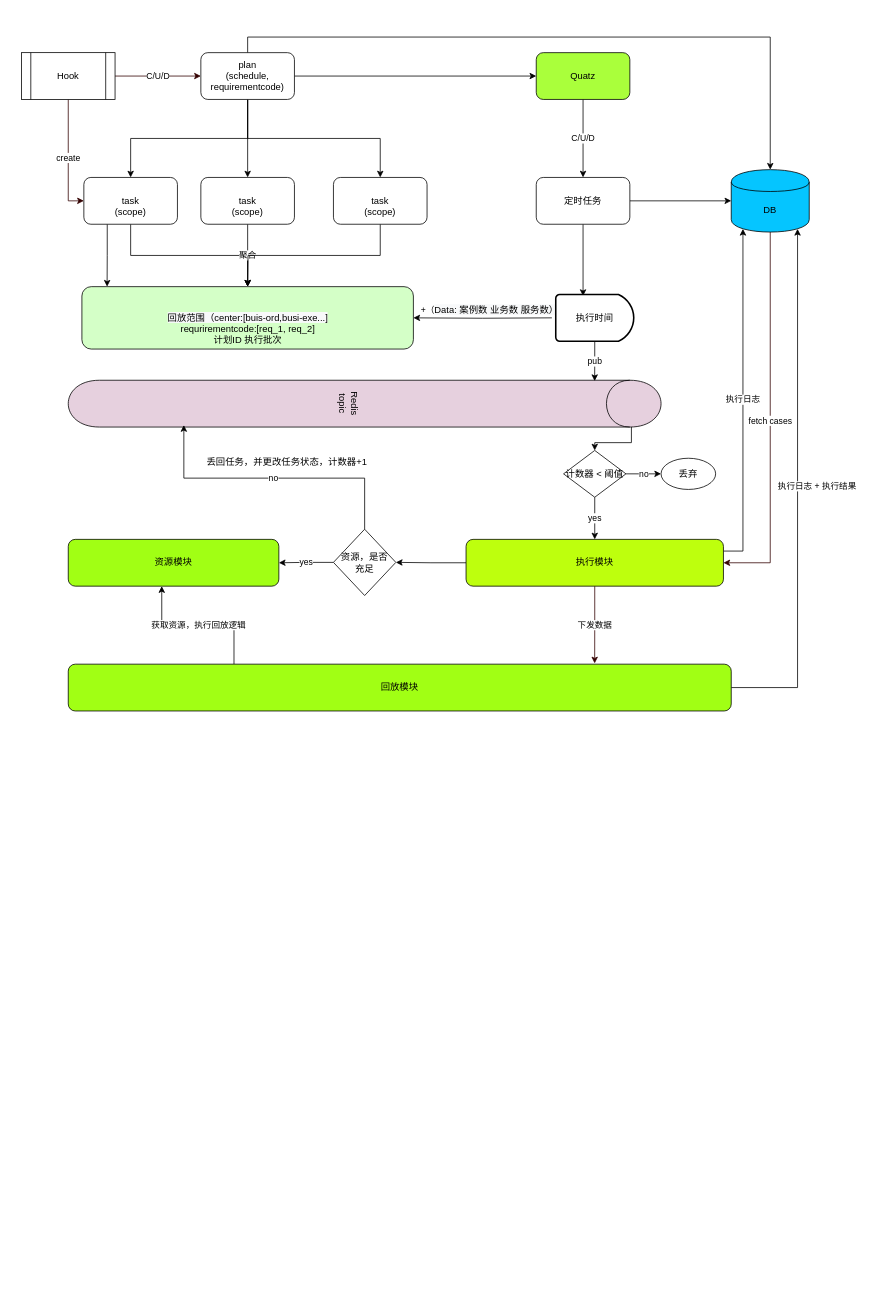
Earlier version of the draw.io diagram 调度管理.drawio (mayi295940/diagrams). Source tidied: cells renumbered, new cells numbered last; positions are measured from the earlier drawing's top-left corner, leaving out a move shared by most shapes. Both pictures are drawn from the tidied source at 78%, with x=0, y=0 at pixel (21, 52).
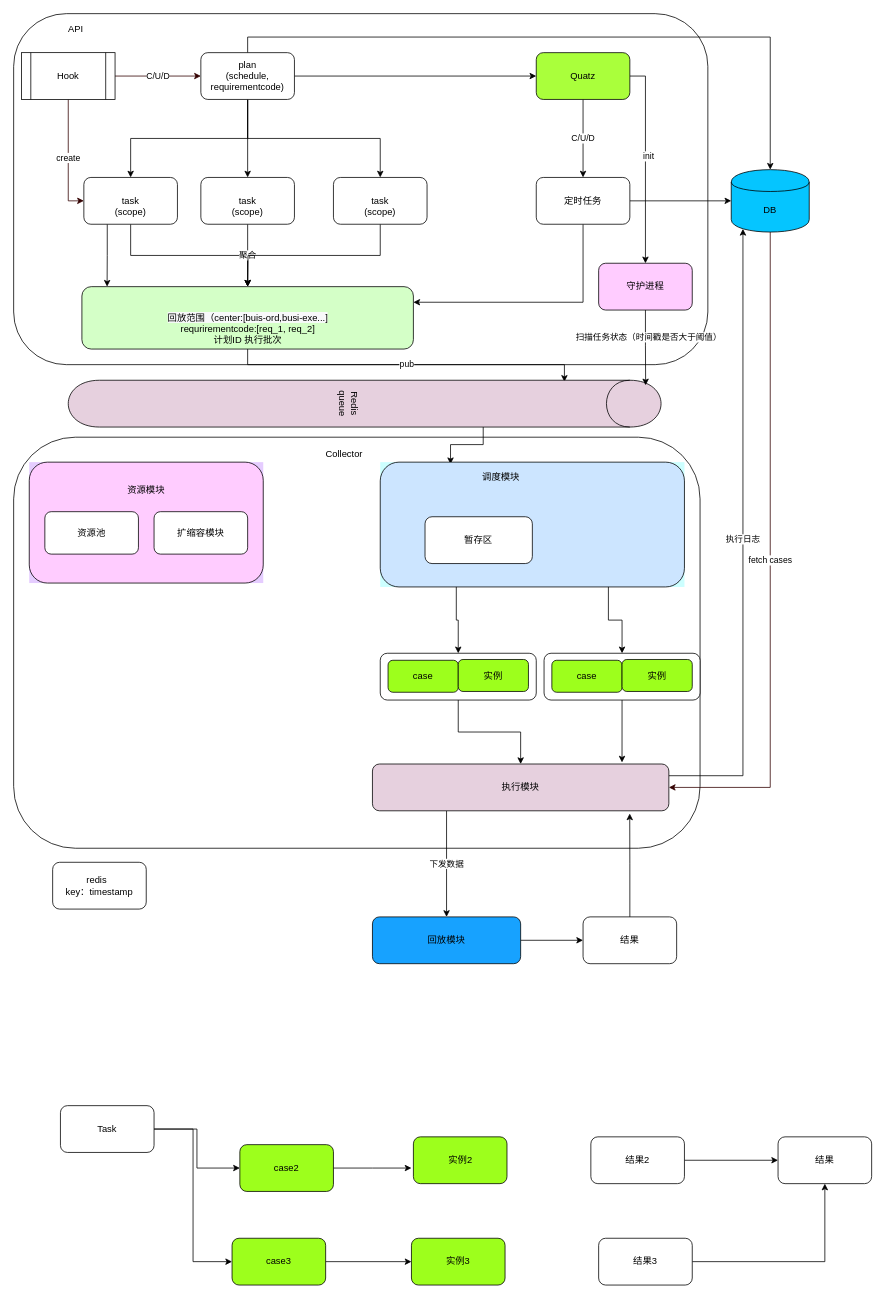
The same page after the edit.

Commit message:
更新调度管理.drawio

Unchanged cells that the change refers to:
```xml
<mxCell id="15" value="&lt;br&gt;&lt;br&gt;&lt;span style=&quot;color: rgb(0 , 0 , 0) ; font-family: &amp;#34;helvetica&amp;#34; ; font-size: 12px ; font-style: normal ; font-weight: 400 ; letter-spacing: normal ; text-align: center ; text-indent: 0px ; text-transform: none ; word-spacing: 0px ; background-color: rgb(248 , 249 , 250) ; float: none ; display: inline&quot;&gt;回放范围（center:[buis-ord,busi-exe...]&lt;/span&gt;&lt;br&gt;requrirementcode:[req_1, req_2]&lt;br&gt;计划ID 执行批次" style="rounded=1;whiteSpace=wrap;html=1;fillColor=#D4FFC7;" parent="1" vertex="1">
  <mxGeometry x="77.5" y="300" width="425" height="80" as="geometry" />
</mxCell>
<mxCell id="20" value="Quatz" style="rounded=1;whiteSpace=wrap;html=1;fillColor=#AAFF3B;" parent="1" vertex="1">
  <mxGeometry x="660" width="120" height="60" as="geometry" />
</mxCell>
<mxCell id="23" value="定时任务" style="rounded=1;whiteSpace=wrap;html=1;" parent="1" vertex="1">
  <mxGeometry x="660" y="160" width="120" height="60" as="geometry" />
</mxCell>
<mxCell id="25" value="DB" style="shape=cylinder;whiteSpace=wrap;html=1;boundedLbl=1;backgroundOutline=1;fillColor=#05C5FF;" parent="1" vertex="1">
  <mxGeometry x="910" y="150" width="100" height="80" as="geometry" />
</mxCell>
```

What changed in the source:
```diff
@@
+    <mxCell id="47" style="rounded=1;whiteSpace=wrap;html=1;fillColor=#FFFFFF;" parent="1" vertex="1">
+      <mxGeometry x="-10" y="-50" width="890" height="450" as="geometry" />
+    </mxCell>
+    <mxCell id="48" style="rounded=1;whiteSpace=wrap;html=1;fillColor=#FFFFFF;" parent="1" vertex="1">
+      <mxGeometry x="-10" y="493" width="880" height="527" as="geometry" />
+    </mxCell>
@@
+    <mxCell id="37" value="pub" style="edgeStyle=orthogonalEdgeStyle;rounded=0;jettySize=auto;html=1;exitX=0.5;exitY=1;exitDx=0;exitDy=0;entryX=0.033;entryY=0.163;entryDx=0;entryDy=0;entryPerimeter=0;" parent="1" edge="1" source="15" target="28">
+      <mxGeometry relative="1" as="geometry" />
+    </mxCell>
@@
+    <mxCell id="49" style="edgeStyle=orthogonalEdgeStyle;rounded=0;jettySize=auto;html=1;exitX=1;exitY=0.5;exitDx=0;exitDy=0;" parent="1" edge="1" source="20" target="95">
+      <mxGeometry relative="1" as="geometry" />
+    </mxCell>
+    <mxCell id="50" value="init" style="edgeLabel;html=1;align=center;verticalAlign=middle;" parent="49" vertex="1">
+      <mxGeometry x="-0.07" y="3" relative="1" as="geometry">
+        <mxPoint y="1" as="offset" />
+      </mxGeometry>
+    </mxCell>
@@
-    <mxCell id="22" style="edgeStyle=orthogonalEdgeStyle;rounded=0;jettySize=auto;html=1;exitX=0.5;exitY=1;exitDx=0;exitDy=0;entryX=0.35;entryY=0.033;entryDx=0;entryDy=0;entryPerimeter=0;" parent="1" edge="1" source="23" target="38">
-      <mxGeometry relative="1" as="geometry" />
-    </mxCell>
+    <mxCell id="51" style="edgeStyle=orthogonalEdgeStyle;rounded=0;jettySize=auto;html=1;exitX=0.5;exitY=1;exitDx=0;exitDy=0;entryX=1;entryY=0.25;entryDx=0;entryDy=0;" parent="1" edge="1" source="23" target="15">
+      <mxGeometry relative="1" as="geometry" />
+    </mxCell>
@@
-    <mxCell id="26" value="+（&lt;span style=&quot;font-size: 12px ; background-color: rgb(248 , 249 , 250)&quot;&gt;Data: 案例数 业务数 服务数）&lt;/span&gt;" style="edgeStyle=orthogonalEdgeStyle;rounded=0;jettySize=auto;html=1;exitX=0;exitY=0.5;exitDx=0;exitDy=0;entryX=1;entryY=0.5;entryDx=0;entryDy=0;" parent="1" edge="1" target="15">
-      <mxGeometry x="-0.1" y="-10" relative="1" as="geometry">
-        <mxPoint x="680" y="340" as="sourcePoint" />
-      </mxGeometry>
-    </mxCell>
-    <mxCell id="27" style="edgeStyle=orthogonalEdgeStyle;rounded=0;jettySize=auto;html=1;exitX=0.85;exitY=0.05;exitDx=0;exitDy=0;exitPerimeter=0;entryX=0.5;entryY=0;entryDx=0;entryDy=0;" parent="1" edge="1" source="28" target="45">
-      <mxGeometry relative="1" as="geometry" />
-    </mxCell>
+    <mxCell id="52" style="edgeStyle=orthogonalEdgeStyle;rounded=0;jettySize=auto;html=1;exitX=1;exitY=0.3;exitDx=0;exitDy=0;entryX=0.231;entryY=0.016;entryDx=0;entryDy=0;entryPerimeter=0;" parent="1" edge="1" source="28" target="75">
+      <mxGeometry relative="1" as="geometry" />
+    </mxCell>
-    <mxCell id="28" value="Redis topic" style="shape=cylinder;whiteSpace=wrap;html=1;boundedLbl=1;backgroundOutline=1;fillColor=#E6D0DE;rotation=90;" parent="1" vertex="1">
+    <mxCell id="28" value="Redis queue" style="shape=cylinder;whiteSpace=wrap;html=1;boundedLbl=1;backgroundOutline=1;fillColor=#E6D0DE;rotation=90;" parent="1" vertex="1">
       <mxGeometry x="410" y="70" width="60" height="760" as="geometry" />
     </mxCell>
+    <mxCell id="30" value="执行日志" style="edgeStyle=orthogonalEdgeStyle;rounded=0;jettySize=auto;html=1;exitX=1;exitY=0.25;exitDx=0;exitDy=0;entryX=0.15;entryY=0.95;entryDx=0;entryDy=0;entryPerimeter=0;" parent="1" edge="1" source="32" target="25">
+      <mxGeometry relative="1" as="geometry" />
+    </mxCell>
-    <mxCell id="29" value="下发数据" style="edgeStyle=orthogonalEdgeStyle;rounded=0;jettySize=auto;html=1;exitX=0.5;exitY=1;exitDx=0;exitDy=0;entryX=0.794;entryY=-0.017;entryDx=0;entryDy=0;entryPerimeter=0;strokeColor=#330000;" parent="1" edge="1" source="32" target="36">
+    <mxCell id="29" value="下发数据" style="edgeStyle=orthogonalEdgeStyle;rounded=0;jettySize=auto;html=1;exitX=0.25;exitY=1;exitDx=0;exitDy=0;" parent="1" edge="1" source="32" target="36">
       <mxGeometry relative="1" as="geometry" />
     </mxCell>
-    <mxCell id="30" value="执行日志" style="edgeStyle=orthogonalEdgeStyle;rounded=0;jettySize=auto;html=1;exitX=1;exitY=0.25;exitDx=0;exitDy=0;entryX=0.15;entryY=0.95;entryDx=0;entryDy=0;entryPerimeter=0;" parent="1" edge="1" source="32" target="25">
-      <mxGeometry relative="1" as="geometry" />
-    </mxCell>
-    <mxCell id="31" style="edgeStyle=orthogonalEdgeStyle;rounded=0;jettySize=auto;html=1;exitX=0;exitY=0.5;exitDx=0;exitDy=0;entryX=1;entryY=0.5;entryDx=0;entryDy=0;" parent="1" edge="1" source="32" target="41">
-      <mxGeometry relative="1" as="geometry" />
-    </mxCell>
-    <mxCell id="32" value="执行模块" style="rounded=1;whiteSpace=wrap;html=1;fillColor=#BEFF0D;" parent="1" vertex="1">
-      <mxGeometry x="570" y="624" width="330" height="60" as="geometry" />
+    <mxCell id="32" value="执行模块" style="rounded=1;whiteSpace=wrap;html=1;fillColor=#E6D0DE;" parent="1" vertex="1">
+      <mxGeometry x="450" y="912" width="380" height="60" as="geometry" />
     </mxCell>
+    <mxCell id="53" style="edgeStyle=orthogonalEdgeStyle;rounded=0;jettySize=auto;html=1;exitX=1;exitY=0.5;exitDx=0;exitDy=0;entryX=0;entryY=0.5;entryDx=0;entryDy=0;" parent="1" edge="1" source="36" target="69">
+      <mxGeometry relative="1" as="geometry" />
+    </mxCell>
+    <mxCell id="36" value="回放模块" style="rounded=1;whiteSpace=wrap;html=1;fillColor=#17A2FF;" parent="1" vertex="1">
+      <mxGeometry x="450" y="1108" width="190" height="60" as="geometry" />
+    </mxCell>
+    <mxCell id="54" style="edgeStyle=orthogonalEdgeStyle;rounded=0;jettySize=auto;html=1;exitX=1;exitY=0.5;exitDx=0;exitDy=0;entryX=0;entryY=0.5;entryDx=0;entryDy=0;" parent="1" edge="1" source="56" target="58">
+      <mxGeometry relative="1" as="geometry" />
+    </mxCell>
+    <mxCell id="55" style="edgeStyle=orthogonalEdgeStyle;rounded=0;jettySize=auto;html=1;exitX=1;exitY=0.5;exitDx=0;exitDy=0;entryX=0;entryY=0.5;entryDx=0;entryDy=0;" parent="1" edge="1" source="56" target="60">
+      <mxGeometry relative="1" as="geometry" />
+    </mxCell>
+    <mxCell id="56" value="Task" style="rounded=1;whiteSpace=wrap;html=1;fillColor=#FFFFFF;" parent="1" vertex="1">
+      <mxGeometry x="50" y="1350" width="120" height="60" as="geometry" />
+    </mxCell>
+    <mxCell id="57" style="edgeStyle=orthogonalEdgeStyle;rounded=0;jettySize=auto;html=1;exitX=1;exitY=0.5;exitDx=0;exitDy=0;" parent="1" edge="1" source="58">
+      <mxGeometry relative="1" as="geometry">
+        <mxPoint x="500" y="1430" as="targetPoint" />
+      </mxGeometry>
+    </mxCell>
+    <mxCell id="58" value="case2" style="rounded=1;whiteSpace=wrap;html=1;fillColor=#9DFF1C;" parent="1" vertex="1">
+      <mxGeometry x="280" y="1400" width="120" height="60" as="geometry" />
+    </mxCell>
+    <mxCell id="59" style="edgeStyle=orthogonalEdgeStyle;rounded=0;jettySize=auto;html=1;" parent="1" edge="1" source="60" target="61">
+      <mxGeometry relative="1" as="geometry" />
+    </mxCell>
+    <mxCell id="60" value="case3" style="rounded=1;whiteSpace=wrap;html=1;fillColor=#9DFF1C;" parent="1" vertex="1">
+      <mxGeometry x="270" y="1520" width="120" height="60" as="geometry" />
+    </mxCell>
+    <mxCell id="61" value="实例3" style="rounded=1;whiteSpace=wrap;html=1;fillColor=#9DFF1C;" parent="1" vertex="1">
+      <mxGeometry x="500" y="1520" width="120" height="60" as="geometry" />
+    </mxCell>
+    <mxCell id="62" value="实例2" style="rounded=1;whiteSpace=wrap;html=1;fillColor=#9DFF1C;" parent="1" vertex="1">
+      <mxGeometry x="502.5" y="1390" width="120" height="60" as="geometry" />
+    </mxCell>
+    <mxCell id="63" style="edgeStyle=orthogonalEdgeStyle;rounded=0;jettySize=auto;html=1;exitX=1;exitY=0.5;exitDx=0;exitDy=0;entryX=0;entryY=0.5;entryDx=0;entryDy=0;" parent="1" edge="1" source="64" target="67">
+      <mxGeometry relative="1" as="geometry" />
+    </mxCell>
+    <mxCell id="64" value="结果2" style="rounded=1;whiteSpace=wrap;html=1;fillColor=#FFFFFF;" parent="1" vertex="1">
+      <mxGeometry x="730" y="1390" width="120" height="60" as="geometry" />
+    </mxCell>
+    <mxCell id="65" style="edgeStyle=orthogonalEdgeStyle;rounded=0;jettySize=auto;html=1;exitX=1;exitY=0.5;exitDx=0;exitDy=0;entryX=0.5;entryY=1;entryDx=0;entryDy=0;" parent="1" edge="1" source="66" target="67">
+      <mxGeometry relative="1" as="geometry" />
+    </mxCell>
+    <mxCell id="66" value="结果3" style="rounded=1;whiteSpace=wrap;html=1;fillColor=#FFFFFF;" parent="1" vertex="1">
+      <mxGeometry x="740" y="1520" width="120" height="60" as="geometry" />
+    </mxCell>
+    <mxCell id="67" value="结果" style="rounded=1;whiteSpace=wrap;html=1;fillColor=#FFFFFF;" parent="1" vertex="1">
+      <mxGeometry x="970" y="1390" width="120" height="60" as="geometry" />
+    </mxCell>
+    <mxCell id="68" style="edgeStyle=orthogonalEdgeStyle;rounded=0;jettySize=auto;html=1;exitX=0.5;exitY=0;exitDx=0;exitDy=0;entryX=0.868;entryY=1.058;entryDx=0;entryDy=0;entryPerimeter=0;" parent="1" edge="1" source="69" target="32">
+      <mxGeometry relative="1" as="geometry" />
+    </mxCell>
+    <mxCell id="69" value="结果" style="rounded=1;whiteSpace=wrap;html=1;fillColor=#FFFFFF;" parent="1" vertex="1">
+      <mxGeometry x="720" y="1108" width="120" height="60" as="geometry" />
+    </mxCell>
+    <mxCell id="70" style="group;fillColor=#E5CCFF;" parent="1" vertex="1">
+      <mxGeometry x="10" y="525" width="300" height="155" as="geometry" />
+    </mxCell>
-    <mxCell id="33" value="资源模块" style="rounded=1;whiteSpace=wrap;html=1;fillColor=#A1FF14;" parent="1" vertex="1">
-      <mxGeometry x="60" y="624" width="270" height="60" as="geometry" />
+    <mxCell id="33" style="rounded=1;whiteSpace=wrap;html=1;fillColor=#FFCCFF;" parent="70" vertex="1">
+      <mxGeometry width="300" height="155" as="geometry" />
     </mxCell>
-    <mxCell id="34" value="获取资源，执行回放逻辑" style="edgeStyle=orthogonalEdgeStyle;rounded=0;jettySize=auto;html=1;exitX=0.25;exitY=0;exitDx=0;exitDy=0;entryX=0.444;entryY=1;entryDx=0;entryDy=0;entryPerimeter=0;" parent="1" edge="1" source="36" target="33">
-      <mxGeometry relative="1" as="geometry" />
-    </mxCell>
-    <mxCell id="35" value="执行日志 + 执行结果" style="edgeStyle=orthogonalEdgeStyle;rounded=0;jettySize=auto;html=1;exitX=1;exitY=0.5;exitDx=0;exitDy=0;entryX=0.85;entryY=0.95;entryDx=0;entryDy=0;entryPerimeter=0;" parent="1" edge="1" source="36" target="25">
-      <mxGeometry x="0.02" y="-25" relative="1" as="geometry" />
-    </mxCell>
-    <mxCell id="36" value="回放模块" style="rounded=1;whiteSpace=wrap;html=1;fillColor=#A1FF14;" parent="1" vertex="1">
-      <mxGeometry x="60" y="784" width="850" height="60" as="geometry" />
-    </mxCell>
-    <mxCell id="37" value="pub" style="edgeStyle=orthogonalEdgeStyle;rounded=0;jettySize=auto;html=1;exitX=0.5;exitY=1;exitDx=0;exitDy=0;exitPerimeter=0;entryX=0.017;entryY=0.112;entryDx=0;entryDy=0;entryPerimeter=0;" parent="1" edge="1" source="38" target="28">
-      <mxGeometry relative="1" as="geometry" />
-    </mxCell>
-    <mxCell id="38" value="执行时间" style="strokeWidth=2;html=1;shape=mxgraph.flowchart.delay;whiteSpace=wrap;fillColor=#FFFFFF;" parent="1" vertex="1">
-      <mxGeometry x="685" y="310" width="100" height="60" as="geometry" />
-    </mxCell>
-    <mxCell id="39" value="yes" style="edgeStyle=orthogonalEdgeStyle;rounded=0;jettySize=auto;html=1;exitX=0;exitY=0.5;exitDx=0;exitDy=0;entryX=1;entryY=0.5;entryDx=0;entryDy=0;" parent="1" edge="1" source="41" target="33">
-      <mxGeometry relative="1" as="geometry" />
-    </mxCell>
-    <mxCell id="40" value="no" style="edgeStyle=orthogonalEdgeStyle;rounded=0;jettySize=auto;html=1;exitX=0.5;exitY=0;exitDx=0;exitDy=0;entryX=0.958;entryY=0.805;entryDx=0;entryDy=0;entryPerimeter=0;" parent="1" edge="1" source="41" target="28">
-      <mxGeometry relative="1" as="geometry" />
-    </mxCell>
-    <mxCell id="41" value="资源，是否&lt;br&gt;充足" style="rhombus;whiteSpace=wrap;html=1;" parent="1" vertex="1">
-      <mxGeometry x="400" y="611" width="80" height="85" as="geometry" />
-    </mxCell>
-    <mxCell id="42" value="丢回任务，并更改任务状态，计数器+1" style="text;html=1;align=center;verticalAlign=middle;" parent="1" vertex="1">
-      <mxGeometry x="230" y="515" width="220" height="20" as="geometry" />
-    </mxCell>
-    <mxCell id="43" value="yes" style="edgeStyle=orthogonalEdgeStyle;rounded=0;jettySize=auto;html=1;exitX=0.5;exitY=1;exitDx=0;exitDy=0;entryX=0.5;entryY=0;entryDx=0;entryDy=0;" parent="1" edge="1" source="45" target="32">
-      <mxGeometry relative="1" as="geometry" />
-    </mxCell>
-    <mxCell id="44" value="no" style="edgeStyle=orthogonalEdgeStyle;rounded=0;jettySize=auto;html=1;exitX=1;exitY=0.5;exitDx=0;exitDy=0;entryX=0;entryY=0.5;entryDx=0;entryDy=0;" parent="1" edge="1" source="45" target="46">
-      <mxGeometry relative="1" as="geometry" />
-    </mxCell>
-    <mxCell id="45" value="计数器 &amp;lt; 阈值" style="rhombus;whiteSpace=wrap;html=1;" parent="1" vertex="1">
-      <mxGeometry x="695" y="510" width="80" height="60" as="geometry" />
-    </mxCell>
-    <mxCell id="46" value="丢弃" style="ellipse;whiteSpace=wrap;html=1;" parent="1" vertex="1">
-      <mxGeometry x="820" y="520" width="70" height="40" as="geometry" />
-    </mxCell>
+    <mxCell id="71" value="资源模块" style="text;html=1;strokeColor=none;fillColor=none;align=center;verticalAlign=middle;whiteSpace=wrap;rounded=0;" parent="70" vertex="1">
+      <mxGeometry x="80" y="27.2" width="140" height="18.1" as="geometry" />
+    </mxCell>
+    <mxCell id="72" value="资源池" style="rounded=1;whiteSpace=wrap;html=1;fillColor=#FFFFFF;" parent="70" vertex="1">
+      <mxGeometry x="20" y="63.5" width="120" height="54.4" as="geometry" />
+    </mxCell>
+    <mxCell id="73" value="扩缩容模块" style="rounded=1;whiteSpace=wrap;html=1;fillColor=#FFFFFF;" parent="70" vertex="1">
+      <mxGeometry x="160" y="63.5" width="120" height="54.4" as="geometry" />
+    </mxCell>
+    <mxCell id="74" style="group;fillColor=#CCFFFF;" parent="1" vertex="1">
+      <mxGeometry x="460" y="525" width="390" height="160" as="geometry" />
+    </mxCell>
+    <mxCell id="75" style="rounded=1;whiteSpace=wrap;html=1;fillColor=#CCE5FF;" parent="74" vertex="1">
+      <mxGeometry width="390" height="160" as="geometry" />
+    </mxCell>
+    <mxCell id="76" value="暂存区" style="rounded=1;whiteSpace=wrap;html=1;fillColor=#FFFFFF;" parent="74" vertex="1">
+      <mxGeometry x="57.4" y="70" width="137.6" height="60" as="geometry" />
+    </mxCell>
+    <mxCell id="77" value="调度模块" style="text;html=1;strokeColor=none;fillColor=none;align=center;verticalAlign=middle;whiteSpace=wrap;rounded=0;" parent="74" vertex="1">
+      <mxGeometry x="114.7" y="10" width="80.3" height="20" as="geometry" />
+    </mxCell>
+    <mxCell id="78" value="redis&amp;nbsp;&amp;nbsp;&lt;br&gt;key：timestamp" style="rounded=1;whiteSpace=wrap;html=1;fillColor=#FFFFFF;" parent="1" vertex="1">
+      <mxGeometry x="40" y="1038" width="120" height="60" as="geometry" />
+    </mxCell>
+    <mxCell id="79" value="Collector" style="text;html=1;strokeColor=none;fillColor=none;align=center;verticalAlign=middle;whiteSpace=wrap;rounded=0;" parent="1" vertex="1">
+      <mxGeometry x="394" y="505" width="40" height="20" as="geometry" />
+    </mxCell>
+    <mxCell id="80" style="group;" parent="1" vertex="1">
+      <mxGeometry x="460" y="770" width="200" height="60" as="geometry" />
+    </mxCell>
+    <mxCell id="81" style="rounded=1;whiteSpace=wrap;html=1;fillColor=#FFFFFF;" parent="80" vertex="1">
+      <mxGeometry width="200" height="60" as="geometry" />
+    </mxCell>
+    <mxCell id="82" value="case" style="rounded=1;whiteSpace=wrap;html=1;fillColor=#9DFF1C;" parent="80" vertex="1">
+      <mxGeometry x="10" y="9" width="90" height="41" as="geometry" />
+    </mxCell>
+    <mxCell id="83" value="实例" style="rounded=1;whiteSpace=wrap;html=1;fillColor=#9DFF1C;" parent="80" vertex="1">
+      <mxGeometry x="100" y="8" width="90" height="41" as="geometry" />
+    </mxCell>
+    <mxCell id="84" style="group;" parent="1" vertex="1">
+      <mxGeometry x="670" y="770" width="200" height="60" as="geometry" />
+    </mxCell>
+    <mxCell id="85" style="rounded=1;whiteSpace=wrap;html=1;fillColor=#FFFFFF;" parent="84" vertex="1">
+      <mxGeometry width="200" height="60" as="geometry" />
+    </mxCell>
+    <mxCell id="86" value="case" style="rounded=1;whiteSpace=wrap;html=1;fillColor=#9DFF1C;" parent="84" vertex="1">
+      <mxGeometry x="10" y="9" width="90" height="41" as="geometry" />
+    </mxCell>
+    <mxCell id="87" value="实例" style="rounded=1;whiteSpace=wrap;html=1;fillColor=#9DFF1C;" parent="84" vertex="1">
+      <mxGeometry x="100" y="8" width="90" height="41" as="geometry" />
+    </mxCell>
+    <mxCell id="88" style="edgeStyle=orthogonalEdgeStyle;rounded=0;jettySize=auto;html=1;exitX=0.25;exitY=1;exitDx=0;exitDy=0;entryX=0.5;entryY=0;entryDx=0;entryDy=0;" parent="1" edge="1" source="75" target="81">
+      <mxGeometry relative="1" as="geometry" />
+    </mxCell>
+    <mxCell id="89" style="edgeStyle=orthogonalEdgeStyle;rounded=0;jettySize=auto;html=1;exitX=0.75;exitY=1;exitDx=0;exitDy=0;" parent="1" edge="1" source="75" target="85">
+      <mxGeometry relative="1" as="geometry" />
+    </mxCell>
+    <mxCell id="90" style="edgeStyle=orthogonalEdgeStyle;rounded=0;jettySize=auto;html=1;exitX=0.5;exitY=1;exitDx=0;exitDy=0;" parent="1" edge="1" source="81" target="32">
+      <mxGeometry relative="1" as="geometry" />
+    </mxCell>
+    <mxCell id="91" style="edgeStyle=orthogonalEdgeStyle;rounded=0;jettySize=auto;html=1;exitX=0.5;exitY=1;exitDx=0;exitDy=0;entryX=0.842;entryY=-0.033;entryDx=0;entryDy=0;entryPerimeter=0;" parent="1" edge="1" source="85" target="32">
+      <mxGeometry relative="1" as="geometry" />
+    </mxCell>
+    <mxCell id="92" value="API" style="text;html=1;strokeColor=none;fillColor=none;align=center;verticalAlign=middle;whiteSpace=wrap;rounded=0;" parent="1" vertex="1">
+      <mxGeometry x="50" y="-40" width="40" height="20" as="geometry" />
+    </mxCell>
+    <mxCell id="93" style="edgeStyle=orthogonalEdgeStyle;rounded=0;jettySize=auto;html=1;exitX=0.5;exitY=1;exitDx=0;exitDy=0;entryX=0.108;entryY=0.026;entryDx=0;entryDy=0;entryPerimeter=0;" parent="1" edge="1" source="95" target="28">
+      <mxGeometry relative="1" as="geometry" />
+    </mxCell>
+    <mxCell id="94" value="扫描任务状态（时间戳是否大于阈值）" style="edgeLabel;html=1;align=center;verticalAlign=middle;" parent="93" vertex="1">
+      <mxGeometry x="-0.07" y="10" relative="1" as="geometry">
+        <mxPoint x="-7" y="-10" as="offset" />
+      </mxGeometry>
+    </mxCell>
+    <mxCell id="95" value="守护进程" style="rounded=1;whiteSpace=wrap;html=1;fillColor=#FFCCFF;" parent="1" vertex="1">
+      <mxGeometry x="740" y="270" width="120" height="60" as="geometry" />
+    </mxCell>
```
